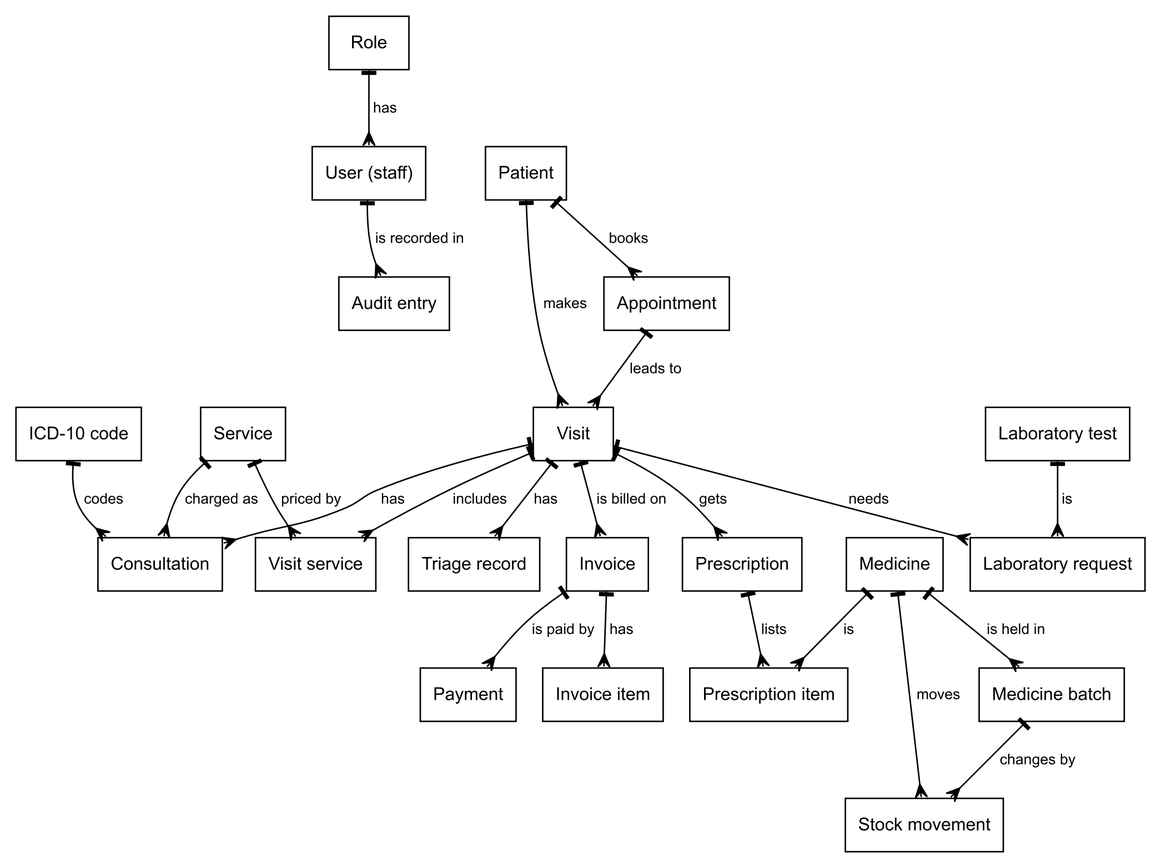
The Graphviz diagram docs/figures/erd_conceptual.png in WAIYAH/ub-hms, before a commit. Its source is kept beside it as docs/build/diagrams_src/erd_conceptual.dot. Its diagram source:
```dot
digraph conceptual {
  graph [fontname="Arial", fontsize=12, bgcolor="white", pad="0.15"];
  node  [fontname="Arial", fontsize=11, color="black", fontcolor="black"];
  edge  [fontname="Arial", fontsize=10, color="black", fontcolor="black", arrowsize=0.9];
  rankdir=TB; nodesep=0.25; ranksep=0.55; node [shape=box, fontsize=12, margin="0.12,0.07"];
  roles [label="Role"];
  users [label="User (staff)"];
  audit_log [label="Audit entry"];
  patients [label="Patient"];
  appointments [label="Appointment"];
  visits [label="Visit"];
  triage [label="Triage record"];
  consultations [label="Consultation"];
  visit_services [label="Visit service"];
  services [label="Service"];
  icd10_codes [label="ICD-10 code"];
  lab_requests [label="Laboratory request"];
  lab_tests [label="Laboratory test"];
  prescriptions [label="Prescription"];
  prescription_items [label="Prescription item"];
  medicines [label="Medicine"];
  medicine_batches [label="Medicine batch"];
  stock_movements [label="Stock movement"];
  invoices [label="Invoice"];
  invoice_items [label="Invoice item"];
  payments [label="Payment"];
  roles -> users [arrowtail=tee, arrowhead=crow, dir=both, label=" has "];
  users -> audit_log [arrowtail=tee, arrowhead=crow, dir=both, label=" is recorded in "];
  patients -> appointments [arrowtail=tee, arrowhead=crow, dir=both, label=" books "];
  patients -> visits [arrowtail=tee, arrowhead=crow, dir=both, label=" makes "];
  appointments -> visits [arrowtail=tee, arrowhead=crow, dir=both, label=" leads to "];
  visits -> triage [arrowtail=tee, arrowhead=crow, dir=both, label=" has "];
  visits -> consultations [arrowtail=tee, arrowhead=crow, dir=both, label=" has "];
  visits -> visit_services [arrowtail=tee, arrowhead=crow, dir=both, label=" includes "];
  services -> visit_services [arrowtail=tee, arrowhead=crow, dir=both, label=" priced by "];
  services -> consultations [arrowtail=tee, arrowhead=crow, dir=both, label=" charged as "];
  icd10_codes -> consultations [arrowtail=tee, arrowhead=crow, dir=both, label=" codes "];
  visits -> lab_requests [arrowtail=tee, arrowhead=crow, dir=both, label=" needs "];
  lab_tests -> lab_requests [arrowtail=tee, arrowhead=crow, dir=both, label=" is "];
  visits -> prescriptions [arrowtail=tee, arrowhead=crow, dir=both, label=" gets "];
  prescriptions -> prescription_items [arrowtail=tee, arrowhead=crow, dir=both, label=" lists "];
  medicines -> prescription_items [arrowtail=tee, arrowhead=crow, dir=both, label=" is "];
  medicines -> medicine_batches [arrowtail=tee, arrowhead=crow, dir=both, label=" is held in "];
  medicine_batches -> stock_movements [arrowtail=tee, arrowhead=crow, dir=both, label=" changes by "];
  medicines -> stock_movements [arrowtail=tee, arrowhead=crow, dir=both, label=" moves "];
  visits -> invoices [arrowtail=tee, arrowhead=crow, dir=both, label=" is billed on "];
  invoices -> invoice_items [arrowtail=tee, arrowhead=crow, dir=both, label=" has "];
  invoices -> payments [arrowtail=tee, arrowhead=crow, dir=both, label=" is paid by "];
  patients -> audit_log [style=invis];
}
```
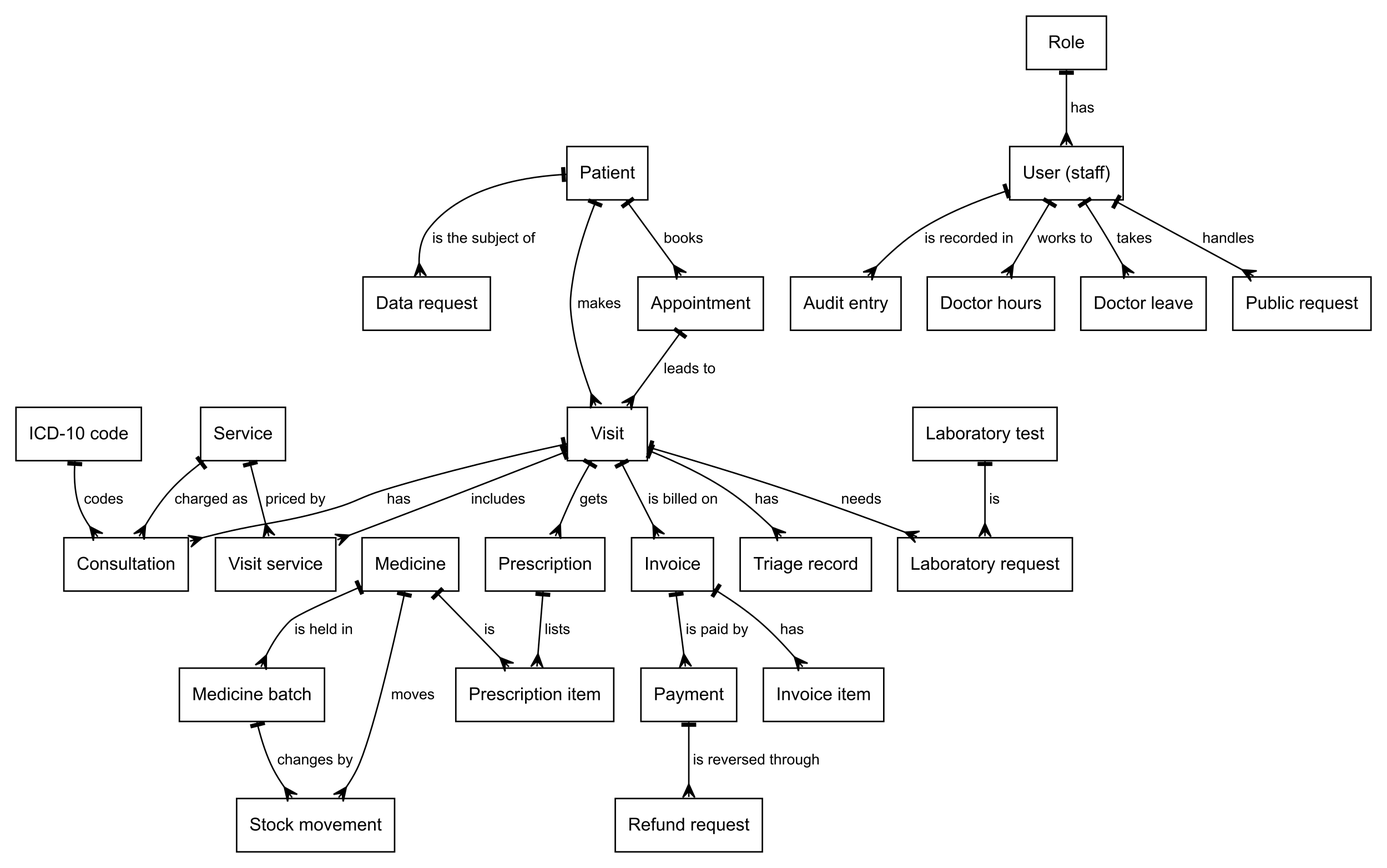
After the change.

Diff of the diagram source:
```diff
@@ -24,6 +24,11 @@
   invoices [label="Invoice"];
   invoice_items [label="Invoice item"];
   payments [label="Payment"];
+  refund_requests [label="Refund request"];
+  doctor_schedules [label="Doctor hours"];
+  doctor_leave [label="Doctor leave"];
+  data_requests [label="Data request"];
+  public_requests [label="Public request"];
   roles -> users [arrowtail=tee, arrowhead=crow, dir=both, label=" has "];
   users -> audit_log [arrowtail=tee, arrowhead=crow, dir=both, label=" is recorded in "];
   patients -> appointments [arrowtail=tee, arrowhead=crow, dir=both, label=" books "];
@@ -46,5 +51,10 @@
   visits -> invoices [arrowtail=tee, arrowhead=crow, dir=both, label=" is billed on "];
   invoices -> invoice_items [arrowtail=tee, arrowhead=crow, dir=both, label=" has "];
   invoices -> payments [arrowtail=tee, arrowhead=crow, dir=both, label=" is paid by "];
+  payments -> refund_requests [arrowtail=tee, arrowhead=crow, dir=both, label=" is reversed through "];
+  users -> doctor_schedules [arrowtail=tee, arrowhead=crow, dir=both, label=" works to "];
+  users -> doctor_leave [arrowtail=tee, arrowhead=crow, dir=both, label=" takes "];
+  patients -> data_requests [arrowtail=tee, arrowhead=crow, dir=both, label=" is the subject of "];
+  users -> public_requests [arrowtail=tee, arrowhead=crow, dir=both, label=" handles "];
   patients -> audit_log [style=invis];
 }
```
